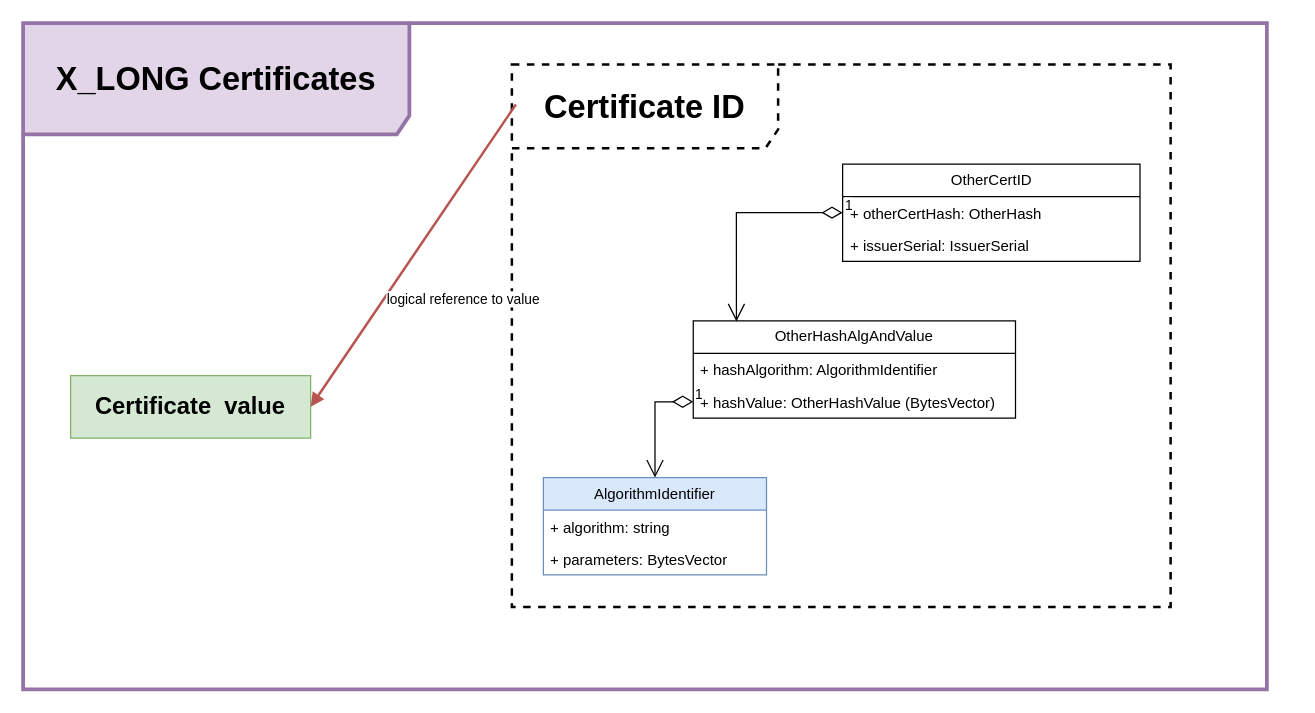
Earlier version of the draw.io diagram page "X_LONG Certificates" (4 of 10) of basic_struct_draft.drawio (3036662/pdf_scp). Source tidied: cells renumbered, new cells numbered last; positions are measured from the earlier drawing's top-left corner, leaving out a move shared by most shapes. Both pictures are drawn from the tidied source at 125%, with x=0, y=0 at pixel (22, 22).
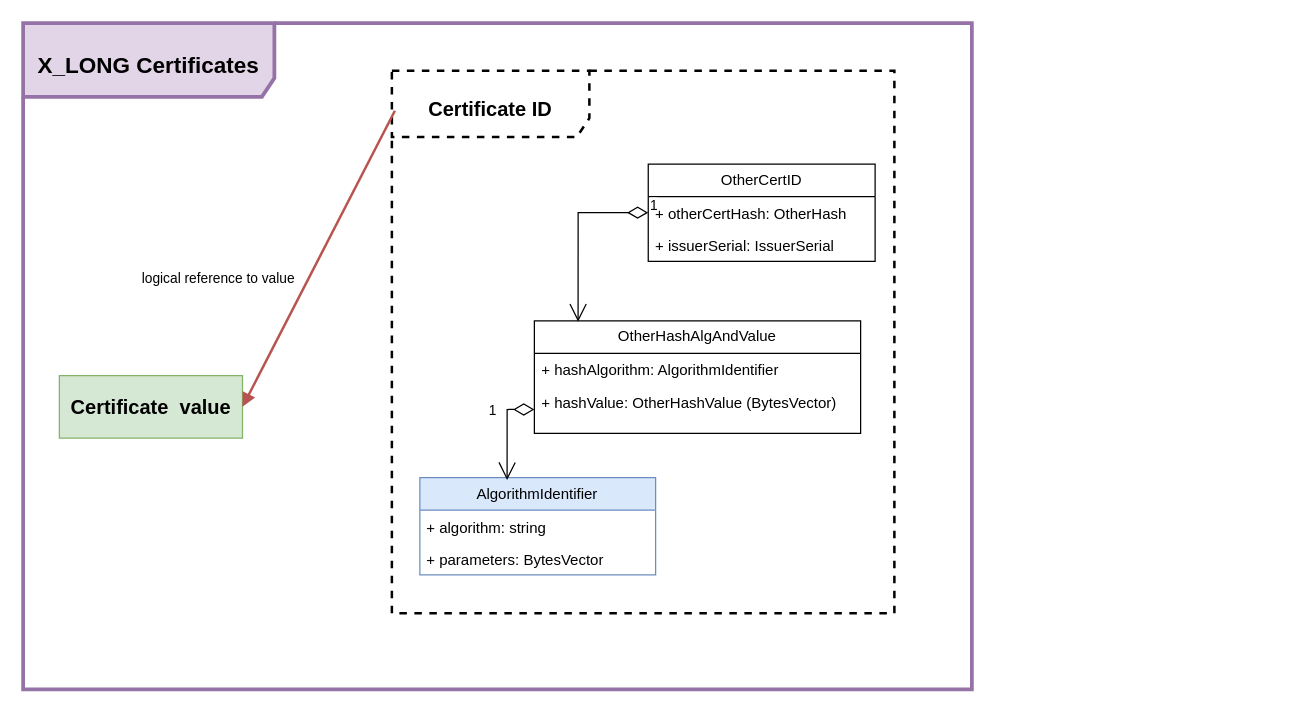
The same page after the edit.

Commit message (it also covers changes not shown here):
Scale X_LONG certificates to A4

What changed in the source:
```diff
@@
     <mxCell id="2" style="group;" parent="1" vertex="1">
-      <mxGeometry width="1016" height="533" as="geometry" />
+      <mxGeometry width="775" height="533" as="geometry" />
     </mxCell>
     <mxCell id="3" value="OtherCertID" style="swimlane;fontStyle=0;horizontal=1;startSize=26;fillColor=none;whiteSpace=wrap;html=1;" parent="2" vertex="1">
-      <mxGeometry x="655.6" y="112.7" width="237.9" height="77.8" as="geometry" />
+      <mxGeometry x="500.1" y="112.7" width="181.5" height="77.8" as="geometry" />
     </mxCell>
     <mxCell id="4" value="+ otherCertHash: OtherHash" style="text;strokeColor=none;fillColor=none;align=left;verticalAlign=top;spacingLeft=4;spacingRight=4;overflow=hidden;points=[[0,0.5],[1,0.5]];portConstraint=eastwest;whiteSpace=wrap;html=1;" parent="3" vertex="1">
-      <mxGeometry y="26" width="237.9" height="25.9" as="geometry" />
+      <mxGeometry y="26" width="181.5" height="25.9" as="geometry" />
     </mxCell>
     <mxCell id="5" value="+ issuerSerial: IssuerSerial" style="text;strokeColor=none;fillColor=none;align=left;verticalAlign=top;spacingLeft=4;spacingRight=4;overflow=hidden;whiteSpace=wrap;html=1;" parent="3" vertex="1">
-      <mxGeometry y="51.9" width="237.9" height="25.9" as="geometry" />
+      <mxGeometry y="51.9" width="181.5" height="25.9" as="geometry" />
     </mxCell>
     <mxCell id="6" value="OtherHashAlgAndValue" style="swimlane;fontStyle=0;horizontal=1;startSize=26;fillColor=none;whiteSpace=wrap;html=1;" parent="2" vertex="1">
-      <mxGeometry x="536.1" y="238.1" width="257.8" height="77.8" as="geometry" />
+      <mxGeometry x="409" y="238.1" width="261" height="90" as="geometry" />
     </mxCell>
     <mxCell id="7" value="+ hashAlgorithm: AlgorithmIdentifier" style="text;strokeColor=none;fillColor=none;align=left;verticalAlign=top;spacingLeft=4;spacingRight=4;overflow=hidden;whiteSpace=wrap;html=1;" parent="6" vertex="1">
-      <mxGeometry y="26" width="257.8" height="25.9" as="geometry" />
+      <mxGeometry y="26" width="261" height="25.9" as="geometry" />
     </mxCell>
     <mxCell id="8" value="+ hashValue: OtherHashValue (BytesVector)" style="text;strokeColor=none;fillColor=none;align=left;verticalAlign=top;spacingLeft=4;spacingRight=4;overflow=hidden;points=[[0,0.5],[1,0.5]];portConstraint=eastwest;whiteSpace=wrap;html=1;" parent="6" vertex="1">
-      <mxGeometry y="51.9" width="257.8" height="25.9" as="geometry" />
+      <mxGeometry y="51.9" width="261" height="38.1" as="geometry" />
     </mxCell>
     <mxCell id="9" value="AlgorithmIdentifier" style="swimlane;fontStyle=0;horizontal=1;startSize=26;fillColor=#dae8fc;whiteSpace=wrap;html=1;strokeColor=#6c8ebf;" parent="2" vertex="1">
-      <mxGeometry x="416.2" y="363.6" width="178.5" height="77.8" as="geometry" />
+      <mxGeometry x="317.4" y="363.6" width="188.6" height="77.8" as="geometry" />
     </mxCell>
     <mxCell id="10" value="+ algorithm: string" style="text;strokeColor=none;fillColor=none;align=left;verticalAlign=top;spacingLeft=4;spacingRight=4;overflow=hidden;whiteSpace=wrap;html=1;" parent="9" vertex="1">
-      <mxGeometry y="26" width="178.5" height="25.9" as="geometry" />
+      <mxGeometry y="26" width="188.6" height="25.9" as="geometry" />
     </mxCell>
     <mxCell id="11" value="+ parameters: BytesVector" style="text;strokeColor=none;fillColor=none;align=left;verticalAlign=top;spacingLeft=4;spacingRight=4;overflow=hidden;whiteSpace=wrap;html=1;" parent="9" vertex="1">
-      <mxGeometry y="51.9" width="178.5" height="25.9" as="geometry" />
+      <mxGeometry y="51.9" width="188.6" height="25.9" as="geometry" />
     </mxCell>
@@
-    <mxCell id="13" value="1" style="endArrow=open;html=1;endSize=12;startArrow=diamondThin;startSize=14;startFill=0;edgeStyle=orthogonalEdgeStyle;align=left;verticalAlign=bottom;rounded=0;exitX=0;exitY=0.5;exitDx=0;exitDy=0;" parent="2" edge="1" source="8" target="9">
-      <mxGeometry x="-1" y="3" relative="1" as="geometry" />
+    <mxCell id="13" value="1" style="endArrow=open;html=1;endSize=12;startArrow=diamondThin;startSize=14;startFill=0;edgeStyle=orthogonalEdgeStyle;align=left;verticalAlign=bottom;rounded=0;exitX=0;exitY=0.5;exitDx=0;exitDy=0;entryX=0.37;entryY=0.025;entryDx=0;entryDy=0;entryPerimeter=0;" parent="2" edge="1" source="8" target="9">
+      <mxGeometry x="-0.19" y="-16" relative="1" as="geometry" />
     </mxCell>
     <mxCell id="14" style="group;" parent="2" vertex="1">
-      <mxGeometry width="995" height="533" as="geometry" />
+      <mxGeometry width="759" height="533" as="geometry" />
     </mxCell>
-    <mxCell id="15" value="&lt;b style=&quot;font-size: 26px;&quot;&gt;&lt;font style=&quot;font-size: 26px;&quot;&gt;X_LONG Certificates&lt;br&gt;&lt;/font&gt;&lt;/b&gt;" style="shape=umlFrame;whiteSpace=wrap;html=1;width=309;strokeWidth=3;height=89;fillColor=#e1d5e7;strokeColor=#9673a6;" parent="14" vertex="1">
-      <mxGeometry width="995" height="533" as="geometry" />
+    <mxCell id="15" value="&lt;font style=&quot;font-size: 25px;&quot;&gt;&lt;b style=&quot;font-size: 18px;&quot;&gt;&lt;font style=&quot;font-size: 18px;&quot;&gt;X_LONG Certificates&lt;br&gt;&lt;/font&gt;&lt;/b&gt;&lt;/font&gt;" style="shape=umlFrame;whiteSpace=wrap;html=1;width=201;strokeWidth=3;height=59;fillColor=#e1d5e7;strokeColor=#9673a6;" parent="14" vertex="1">
+      <mxGeometry width="759" height="533" as="geometry" />
     </mxCell>
-    <mxCell id="16" value="&lt;b&gt;&lt;font style=&quot;font-size: 19px;&quot;&gt;Certificate&amp;nbsp; value&lt;/font&gt;&lt;/b&gt;" style="html=1;whiteSpace=wrap;fillColor=#d5e8d4;strokeColor=#82b366;" parent="15" vertex="1">
-      <mxGeometry x="38" y="282" width="192" height="50" as="geometry" />
+    <mxCell id="16" value="&lt;font size=&quot;1&quot;&gt;&lt;b&gt;&lt;font style=&quot;font-size: 16px;&quot;&gt;Certificate&amp;nbsp; value&lt;/font&gt;&lt;/b&gt;&lt;/font&gt;" style="html=1;whiteSpace=wrap;fillColor=#d5e8d4;strokeColor=#82b366;" parent="15" vertex="1">
+      <mxGeometry x="29" y="282" width="146.5" height="50" as="geometry" />
     </mxCell>
-    <mxCell id="17" value="&lt;font size=&quot;1&quot;&gt;&lt;b&gt;&lt;font style=&quot;font-size: 26px;&quot;&gt;Certificate ID&lt;br&gt;&lt;/font&gt;&lt;/b&gt;&lt;/font&gt;" style="shape=umlFrame;whiteSpace=wrap;html=1;width=213;strokeWidth=2;height=67;dashed=1;" parent="14" vertex="1">
-      <mxGeometry x="391" y="33" width="527" height="434" as="geometry" />
+    <mxCell id="17" value="&lt;font style=&quot;font-size: 25px;&quot;&gt;&lt;b style=&quot;font-size: 16px;&quot;&gt;&lt;font style=&quot;font-size: 16px;&quot;&gt;Certificate ID&lt;br&gt;&lt;/font&gt;&lt;/b&gt;&lt;/font&gt;" style="shape=umlFrame;whiteSpace=wrap;html=1;width=158;strokeWidth=2;height=53;dashed=1;" parent="15" vertex="1">
+      <mxGeometry x="295" y="38" width="402" height="434" as="geometry" />
     </mxCell>
-    <mxCell id="18" style="endArrow=none;startArrow=block;endFill=0;startFill=1;html=1;rounded=0;fillColor=#f8cecc;strokeColor=#b85450;strokeWidth=2;entryX=0.006;entryY=0.074;entryDx=0;entryDy=0;entryPerimeter=0;exitX=1;exitY=0.5;exitDx=0;exitDy=0;" parent="14" edge="1" source="16" target="17">
+    <mxCell id="18" style="endArrow=none;startArrow=block;endFill=0;startFill=1;html=1;rounded=0;fillColor=#f8cecc;strokeColor=#b85450;strokeWidth=2;entryX=0.006;entryY=0.074;entryDx=0;entryDy=0;entryPerimeter=0;exitX=1;exitY=0.5;exitDx=0;exitDy=0;" parent="15" edge="1" source="16" target="17">
       <mxGeometry relative="1" as="geometry" />
     </mxCell>
     <mxCell id="19" value="logical reference to value" style="edgeLabel;html=1;align=center;verticalAlign=middle;" parent="18" vertex="1">
       <mxGeometry x="-0.22" relative="1" as="geometry">
-        <mxPoint x="57" y="8" as="offset" />
+        <mxPoint x="-68" y="-11" as="offset" />
       </mxGeometry>
     </mxCell>
```
